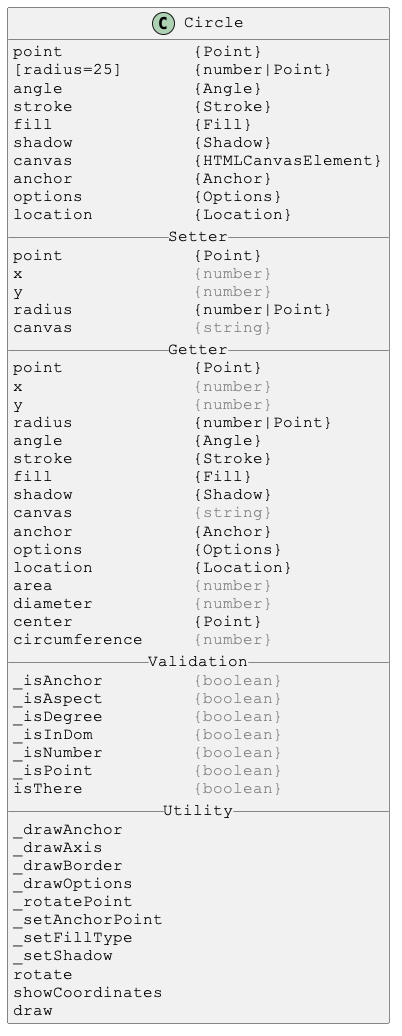
The PlantUML diagram docs/PlantUml/image/Circle.png in Justin-Byrne/canvasLab, before a commit.
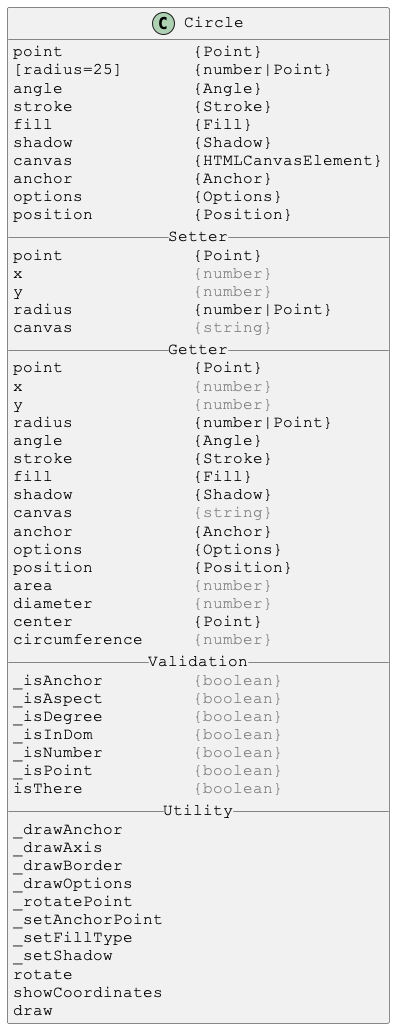
The same file after the commit.

The edit, as a diff of the source:
```diff
@@ -13,7 +13,7 @@
 canvas            {HTMLCanvasElement}
 anchor            {Anchor}
 options           {Options}
-location          {Location}
+position          {Position}
 __ Setter __
 point             {Point}
 x                 <color:gray>{number}</color>
@@ -32,7 +32,7 @@
 canvas            <color:gray>{string}</color>
 anchor            {Anchor}
 options           {Options}
-location          {Location}
+position          {Position}
 area              <color:gray>{number}</color>
 diameter          <color:gray>{number}</color>
 center            {Point}
```
